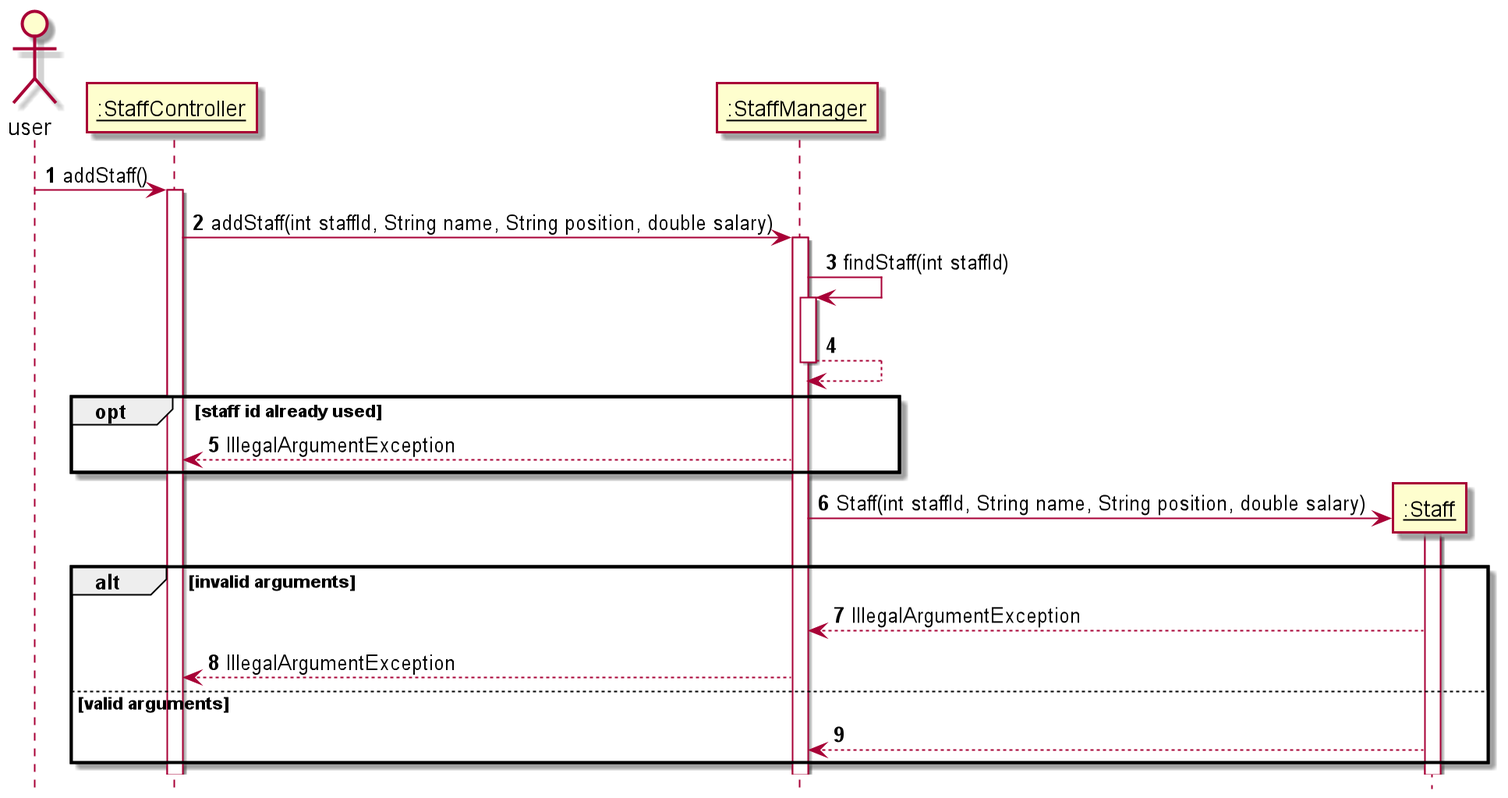
Before: docs/diagrams/sqeuence/StaffManager_addStaff.png, a diagram exported from PlantUML (nus-cs2113-AY2122S2/tp). Its source is kept beside it as docs/uml/sequence/StaffManager_addStaff.puml.
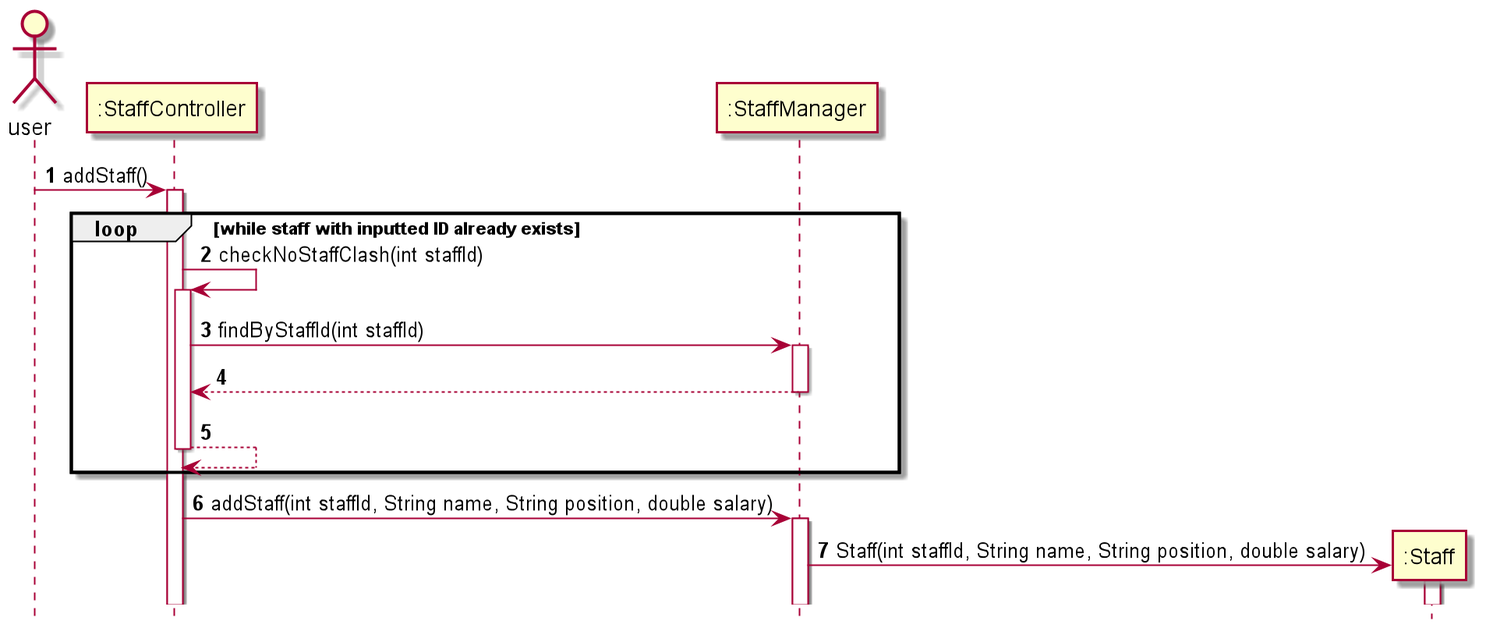
Above is the later version.

What changed in the source:
```diff
@@ -12,25 +12,21 @@
 user -> staffcontroller: addStaff()
 activate staffcontroller
 
+group loop [while staff with inputted ID already exists]
+staffcontroller -> staffcontroller: checkNoStaffClash(int staffId)
+activate staffcontroller
+staffcontroller -> staffmanager: findByStaffId(int staffId)
+activate staffmanager
+staffmanager --> staffcontroller
+deactivate staffmanager
+staffcontroller --> staffcontroller
+deactivate staffcontroller
+end
+
 staffcontroller -> staffmanager: addStaff(int staffId, String name, String position, double salary)
 activate staffmanager
-
-staffmanager -> staffmanager : findStaff(int staffId)
-activate staffmanager
-staffmanager --> staffmanager
-deactivate staffmanager
-
-opt staff id already used
-staffmanager --> staffcontroller : IllegalArgumentException
-end
 
 staffmanager -> staff ** : Staff(int staffId, String name, String position, double salary)
 activate staff
 
-alt invalid arguments
-staff --> staffmanager : IllegalArgumentException
-staffmanager --> staffcontroller : IllegalArgumentException
-else valid arguments
-staff --> staffmanager
-end
 @enduml
```
